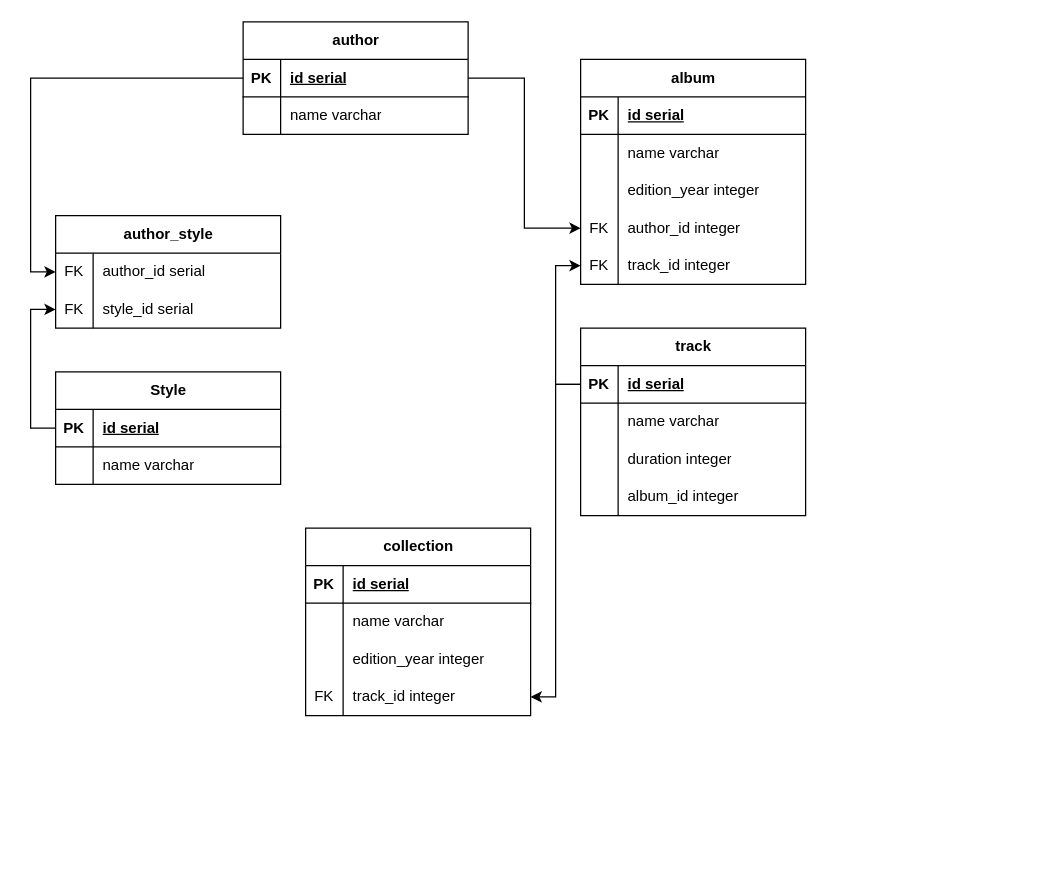
This is Lesson2/Task1/record_store.drawio from almax87/SQL, a draw.io file, before an edit. Source tidied: cells renumbered, new cells numbered last; positions are measured from the earlier drawing's top-left corner, leaving out a move shared by most shapes. Both pictures are drawn from the tidied source at 125%, with x=0, y=0 at pixel (55, 21).
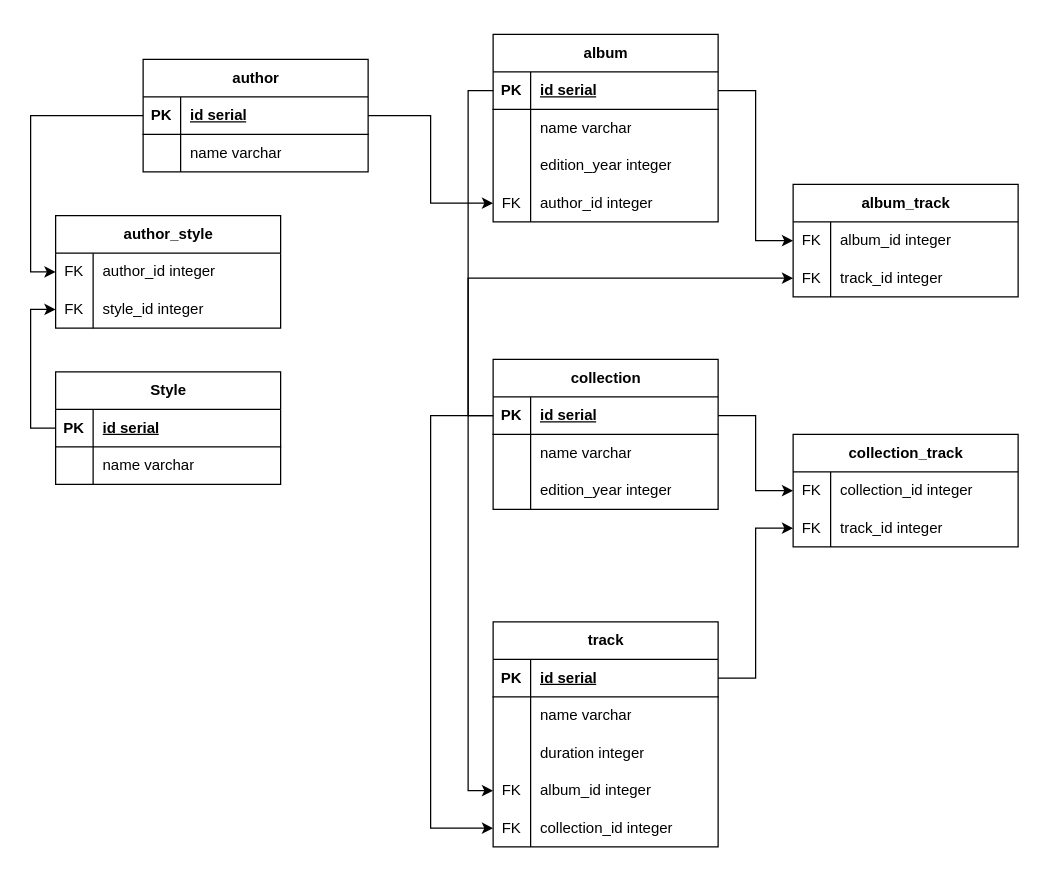
The same diagram, later.

Unchanged cells that the change refers to:
```xml
<mxCell id="3" style="shape=tableRow;horizontal=0;startSize=0;swimlaneHead=0;swimlaneBody=0;fillColor=none;points=[[0,0.5],[1,0.5]];portConstraint=eastwest;top=0;left=0;right=0;bottom=0;" parent="2" vertex="1">
  <mxGeometry y="30" width="180" height="30" as="geometry" />
</mxCell>
<mxCell id="6" style="shape=tableRow;horizontal=0;startSize=0;swimlaneHead=0;swimlaneBody=0;fillColor=none;points=[[0,0.5],[1,0.5]];portConstraint=eastwest;top=0;left=0;right=0;bottom=0;" parent="2" vertex="1">
  <mxGeometry y="60" width="180" height="30" as="geometry" />
</mxCell>
<mxCell id="25" style="shape=tableRow;horizontal=0;startSize=0;swimlaneHead=0;swimlaneBody=0;fillColor=none;points=[[0,0.5],[1,0.5]];portConstraint=eastwest;top=0;left=0;right=0;bottom=1;" parent="24" vertex="1">
  <mxGeometry y="30" width="180" height="30" as="geometry" />
</mxCell>
<mxCell id="43" style="shape=tableRow;horizontal=0;startSize=0;swimlaneHead=0;swimlaneBody=0;fillColor=none;points=[[0,0.5],[1,0.5]];portConstraint=eastwest;top=0;left=0;right=0;bottom=1;" parent="42" vertex="1">
  <mxGeometry y="30" width="180" height="30" as="geometry" />
</mxCell>
<mxCell id="52" style="shape=tableRow;horizontal=0;startSize=0;swimlaneHead=0;swimlaneBody=0;fillColor=none;points=[[0,0.5],[1,0.5]];portConstraint=eastwest;top=0;left=0;right=0;bottom=0;" parent="42" vertex="1">
  <mxGeometry y="120" width="180" height="30" as="geometry" />
</mxCell>
<mxCell id="57" style="shape=tableRow;horizontal=0;startSize=0;swimlaneHead=0;swimlaneBody=0;fillColor=none;points=[[0,0.5],[1,0.5]];portConstraint=eastwest;top=0;left=0;right=0;bottom=1;" parent="56" vertex="1">
  <mxGeometry y="30" width="180" height="30" as="geometry" />
</mxCell>
```

What changed in the source:
```diff
@@
-    <mxCell id="5" value="author_id serial" style="shape=partialRectangle;fillColor=none;top=0;left=0;bottom=0;right=0;align=left;spacingLeft=6;overflow=hidden;whiteSpace=wrap;html=1;" parent="3" vertex="1">
+    <mxCell id="5" value="author_id integer" style="shape=partialRectangle;fillColor=none;top=0;left=0;bottom=0;right=0;align=left;spacingLeft=6;overflow=hidden;whiteSpace=wrap;html=1;" parent="3" vertex="1">
       <mxGeometry x="30" width="150" height="30" as="geometry" />
     </mxCell>
@@
-    <mxCell id="8" value="style_id serial" style="shape=partialRectangle;fillColor=none;top=0;left=0;bottom=0;right=0;align=left;spacingLeft=6;overflow=hidden;whiteSpace=wrap;html=1;" parent="6" vertex="1">
+    <mxCell id="8" value="style_id integer" style="shape=partialRectangle;fillColor=none;top=0;left=0;bottom=0;right=0;align=left;spacingLeft=6;overflow=hidden;whiteSpace=wrap;html=1;" parent="6" vertex="1">
       <mxGeometry x="30" width="150" height="30" as="geometry" />
     </mxCell>
@@
     <mxCell id="17" value="author" style="shape=table;startSize=30;childLayout=tableLayout;rowLines=0;fontStyle=1;align=center;html=1;" parent="1" vertex="1">
-      <mxGeometry x="150" width="180" height="90" as="geometry" />
+      <mxGeometry x="70" y="30" width="180" height="90" as="geometry" />
     </mxCell>
@@
     <mxCell id="24" value="album" style="shape=table;startSize=30;childLayout=tableLayout;rowLines=0;fontStyle=1;align=center;html=1;" parent="1" vertex="1">
-      <mxGeometry x="420" y="30" width="180" height="180" as="geometry" />
+      <mxGeometry x="350" y="10" width="180" height="150" as="geometry" />
     </mxCell>
@@
-    <mxCell id="37" style="shape=tableRow;horizontal=0;startSize=0;swimlaneHead=0;swimlaneBody=0;fillColor=none;points=[[0,0.5],[1,0.5]];portConstraint=eastwest;top=0;left=0;right=0;bottom=0;" parent="24" vertex="1">
-      <mxGeometry y="150" width="180" height="30" as="geometry" />
-    </mxCell>
-    <mxCell id="38" value="FK" style="shape=partialRectangle;fillColor=none;top=0;left=0;bottom=0;right=0;overflow=hidden;whiteSpace=wrap;html=1;" parent="37" vertex="1">
-      <mxGeometry width="30" height="30" as="geometry" />
-    </mxCell>
-    <mxCell id="39" value="track_id integer" style="shape=partialRectangle;fillColor=none;top=0;left=0;bottom=0;right=0;align=left;spacingLeft=6;overflow=hidden;whiteSpace=wrap;html=1;" parent="37" vertex="1">
-      <mxGeometry x="30" width="150" height="30" as="geometry" />
-    </mxCell>
@@
     <mxCell id="42" value="track" style="shape=table;startSize=30;childLayout=tableLayout;rowLines=0;fontStyle=1;align=center;html=1;" parent="1" vertex="1">
-      <mxGeometry x="420" y="245" width="180" height="150" as="geometry" />
+      <mxGeometry x="350" y="480" width="180" height="180" as="geometry" />
     </mxCell>
@@
-    <mxCell id="53" style="shape=partialRectangle;fillColor=none;top=0;left=0;bottom=0;right=0;overflow=hidden;whiteSpace=wrap;html=1;" parent="52" vertex="1">
+    <mxCell id="53" value="FK" style="shape=partialRectangle;fillColor=none;top=0;left=0;bottom=0;right=0;overflow=hidden;whiteSpace=wrap;html=1;" parent="52" vertex="1">
       <mxGeometry width="30" height="30" as="geometry" />
     </mxCell>
@@
-    <mxCell id="55" style="edgeStyle=orthogonalEdgeStyle;rounded=0;jettySize=auto;html=1;exitX=0;exitY=0.5;exitDx=0;exitDy=0;entryX=0;entryY=0.5;entryDx=0;entryDy=0;" parent="1" edge="1" source="43" target="37">
-      <mxGeometry relative="1" as="geometry" />
-    </mxCell>
+    <mxCell id="37" style="shape=tableRow;horizontal=0;startSize=0;swimlaneHead=0;swimlaneBody=0;fillColor=none;points=[[0,0.5],[1,0.5]];portConstraint=eastwest;top=0;left=0;right=0;bottom=0;" parent="42" vertex="1">
+      <mxGeometry y="150" width="180" height="30" as="geometry" />
+    </mxCell>
+    <mxCell id="70" value="FK" style="shape=partialRectangle;fillColor=none;top=0;left=0;bottom=0;right=0;overflow=hidden;whiteSpace=wrap;html=1;" parent="37" vertex="1">
+      <mxGeometry width="30" height="30" as="geometry" />
+    </mxCell>
+    <mxCell id="71" value="collection_id integer" style="shape=partialRectangle;fillColor=none;top=0;left=0;bottom=0;right=0;align=left;spacingLeft=6;overflow=hidden;whiteSpace=wrap;html=1;" parent="37" vertex="1">
+      <mxGeometry x="30" width="150" height="30" as="geometry" />
+    </mxCell>
     <mxCell id="56" value="collection" style="shape=table;startSize=30;childLayout=tableLayout;rowLines=0;fontStyle=1;align=center;html=1;" parent="1" vertex="1">
-      <mxGeometry x="200" y="405" width="180" height="150" as="geometry" />
+      <mxGeometry x="350" y="270" width="180" height="120" as="geometry" />
     </mxCell>
@@
-    <mxCell id="66" style="shape=tableRow;horizontal=0;startSize=0;swimlaneHead=0;swimlaneBody=0;fillColor=none;points=[[0,0.5],[1,0.5]];portConstraint=eastwest;top=0;left=0;right=0;bottom=0;" parent="56" vertex="1">
-      <mxGeometry y="120" width="180" height="30" as="geometry" />
-    </mxCell>
-    <mxCell id="67" value="FK" style="shape=partialRectangle;fillColor=none;top=0;left=0;bottom=0;right=0;overflow=hidden;whiteSpace=wrap;html=1;" parent="66" vertex="1">
-      <mxGeometry width="30" height="30" as="geometry" />
-    </mxCell>
-    <mxCell id="68" value="track_id integer" style="shape=partialRectangle;fillColor=none;top=0;left=0;bottom=0;right=0;align=left;spacingLeft=6;overflow=hidden;whiteSpace=wrap;html=1;" parent="66" vertex="1">
-      <mxGeometry x="30" width="150" height="30" as="geometry" />
-    </mxCell>
-    <mxCell id="69" style="edgeStyle=orthogonalEdgeStyle;rounded=0;jettySize=auto;html=1;exitX=0;exitY=0.5;exitDx=0;exitDy=0;" parent="1" edge="1" source="43" target="66">
-      <mxGeometry relative="1" as="geometry" />
-    </mxCell>
+    <mxCell id="72" value="album_track" style="shape=table;startSize=30;childLayout=tableLayout;rowLines=0;fontStyle=1;align=center;html=1;" parent="1" vertex="1">
+      <mxGeometry x="590" y="130" width="180" height="90" as="geometry" />
+    </mxCell>
+    <mxCell id="73" style="shape=tableRow;horizontal=0;startSize=0;swimlaneHead=0;swimlaneBody=0;fillColor=none;points=[[0,0.5],[1,0.5]];portConstraint=eastwest;top=0;left=0;right=0;bottom=0;" parent="72" vertex="1">
+      <mxGeometry y="30" width="180" height="30" as="geometry" />
+    </mxCell>
+    <mxCell id="74" value="FK" style="shape=partialRectangle;fillColor=none;top=0;left=0;bottom=0;right=0;overflow=hidden;whiteSpace=wrap;html=1;" parent="73" vertex="1">
+      <mxGeometry width="30" height="30" as="geometry" />
+    </mxCell>
+    <mxCell id="75" value="album_id integer" style="shape=partialRectangle;fillColor=none;top=0;left=0;bottom=0;right=0;align=left;spacingLeft=6;overflow=hidden;whiteSpace=wrap;html=1;" parent="73" vertex="1">
+      <mxGeometry x="30" width="150" height="30" as="geometry" />
+    </mxCell>
+    <mxCell id="76" style="shape=tableRow;horizontal=0;startSize=0;swimlaneHead=0;swimlaneBody=0;fillColor=none;points=[[0,0.5],[1,0.5]];portConstraint=eastwest;top=0;left=0;right=0;bottom=0;" parent="72" vertex="1">
+      <mxGeometry y="60" width="180" height="30" as="geometry" />
+    </mxCell>
+    <mxCell id="77" value="FK" style="shape=partialRectangle;fillColor=none;top=0;left=0;bottom=0;right=0;overflow=hidden;whiteSpace=wrap;html=1;" parent="76" vertex="1">
+      <mxGeometry width="30" height="30" as="geometry" />
+    </mxCell>
+    <mxCell id="78" value="track_id integer" style="shape=partialRectangle;fillColor=none;top=0;left=0;bottom=0;right=0;align=left;spacingLeft=6;overflow=hidden;whiteSpace=wrap;html=1;" parent="76" vertex="1">
+      <mxGeometry x="30" width="150" height="30" as="geometry" />
+    </mxCell>
+    <mxCell id="79" value="collection_track" style="shape=table;startSize=30;childLayout=tableLayout;rowLines=0;fontStyle=1;align=center;html=1;" parent="1" vertex="1">
+      <mxGeometry x="590" y="330" width="180" height="90" as="geometry" />
+    </mxCell>
+    <mxCell id="80" style="shape=tableRow;horizontal=0;startSize=0;swimlaneHead=0;swimlaneBody=0;fillColor=none;points=[[0,0.5],[1,0.5]];portConstraint=eastwest;top=0;left=0;right=0;bottom=0;" parent="79" vertex="1">
+      <mxGeometry y="30" width="180" height="30" as="geometry" />
+    </mxCell>
+    <mxCell id="81" value="FK" style="shape=partialRectangle;fillColor=none;top=0;left=0;bottom=0;right=0;overflow=hidden;whiteSpace=wrap;html=1;" parent="80" vertex="1">
+      <mxGeometry width="30" height="30" as="geometry" />
+    </mxCell>
+    <mxCell id="82" value="collection_id integer" style="shape=partialRectangle;fillColor=none;top=0;left=0;bottom=0;right=0;align=left;spacingLeft=6;overflow=hidden;whiteSpace=wrap;html=1;" parent="80" vertex="1">
+      <mxGeometry x="30" width="150" height="30" as="geometry" />
+    </mxCell>
+    <mxCell id="83" style="shape=tableRow;horizontal=0;startSize=0;swimlaneHead=0;swimlaneBody=0;fillColor=none;points=[[0,0.5],[1,0.5]];portConstraint=eastwest;top=0;left=0;right=0;bottom=0;" parent="79" vertex="1">
+      <mxGeometry y="60" width="180" height="30" as="geometry" />
+    </mxCell>
+    <mxCell id="84" value="FK" style="shape=partialRectangle;fillColor=none;top=0;left=0;bottom=0;right=0;overflow=hidden;whiteSpace=wrap;html=1;" parent="83" vertex="1">
+      <mxGeometry width="30" height="30" as="geometry" />
+    </mxCell>
+    <mxCell id="85" value="track_id integer" style="shape=partialRectangle;fillColor=none;top=0;left=0;bottom=0;right=0;align=left;spacingLeft=6;overflow=hidden;whiteSpace=wrap;html=1;" parent="83" vertex="1">
+      <mxGeometry x="30" width="150" height="30" as="geometry" />
+    </mxCell>
+    <mxCell id="86" style="edgeStyle=orthogonalEdgeStyle;rounded=0;jettySize=auto;html=1;exitX=1;exitY=0.5;exitDx=0;exitDy=0;entryX=0;entryY=0.5;entryDx=0;entryDy=0;" parent="1" edge="1" source="43" target="83">
+      <mxGeometry relative="1" as="geometry" />
+    </mxCell>
+    <mxCell id="87" style="edgeStyle=orthogonalEdgeStyle;rounded=0;jettySize=auto;html=1;exitX=1;exitY=0.5;exitDx=0;exitDy=0;" parent="1" edge="1" source="57" target="80">
+      <mxGeometry relative="1" as="geometry" />
+    </mxCell>
+    <mxCell id="88" style="edgeStyle=orthogonalEdgeStyle;rounded=0;jettySize=auto;html=1;exitX=0;exitY=0.5;exitDx=0;exitDy=0;entryX=0;entryY=0.5;entryDx=0;entryDy=0;" parent="1" edge="1" source="57" target="37">
+      <mxGeometry relative="1" as="geometry">
+        <Array as="points">
+          <mxPoint x="300" y="315" />
+          <mxPoint x="300" y="645" />
+        </Array>
+      </mxGeometry>
+    </mxCell>
+    <mxCell id="89" style="edgeStyle=orthogonalEdgeStyle;rounded=0;jettySize=auto;html=1;exitX=0;exitY=0.5;exitDx=0;exitDy=0;entryX=0;entryY=0.5;entryDx=0;entryDy=0;" parent="1" edge="1" source="25" target="52">
+      <mxGeometry relative="1" as="geometry" />
+    </mxCell>
+    <mxCell id="90" style="edgeStyle=orthogonalEdgeStyle;rounded=0;jettySize=auto;html=1;exitX=0;exitY=0.5;exitDx=0;exitDy=0;entryX=0;entryY=0.5;entryDx=0;entryDy=0;" parent="1" edge="1" source="57" target="76">
+      <mxGeometry relative="1" as="geometry" />
+    </mxCell>
+    <mxCell id="91" style="edgeStyle=orthogonalEdgeStyle;rounded=0;jettySize=auto;html=1;exitX=1;exitY=0.5;exitDx=0;exitDy=0;entryX=0;entryY=0.5;entryDx=0;entryDy=0;" parent="1" edge="1" source="25" target="73">
+      <mxGeometry relative="1" as="geometry" />
+    </mxCell>
```
